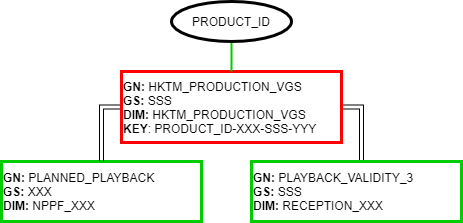
Daniel-Brosnan-Blazquez/s2boa keeps this draw.io diagram as doc/fig/structure_ingestion_ophktm_events.png. Above is the earlier version. Source tidied: cells renumbered, new cells last; positions are measured from the earlier drawing's top-left corner, leaving out a move shared by most shapes.
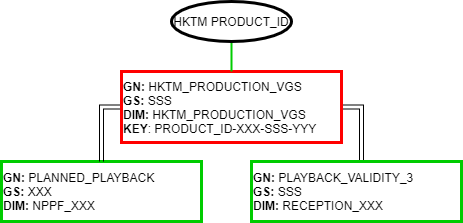
After the change.

Commit message:
Fix name of the explicit reference

Diff of the diagram source:
```diff
@@ -20,7 +20,7 @@
     <mxCell id="7" style="edgeStyle=orthogonalEdgeStyle;rounded=0;jettySize=auto;html=1;entryX=0.5;entryY=0;entryDx=0;entryDy=0;endArrow=none;endFill=0;strokeColor=#00CC00;strokeWidth=2;" parent="1" edge="1" source="8" target="5">
       <mxGeometry relative="1" as="geometry" />
     </mxCell>
-    <mxCell id="8" value="PRODUCT_ID" style="ellipse;whiteSpace=wrap;html=1;strokeWidth=3;" parent="1" vertex="1">
+    <mxCell id="8" value="HKTM PRODUCT_ID" style="ellipse;whiteSpace=wrap;html=1;strokeWidth=3;" parent="1" vertex="1">
       <mxGeometry x="170" width="120" height="40" as="geometry" />
     </mxCell>
   </root>
```
